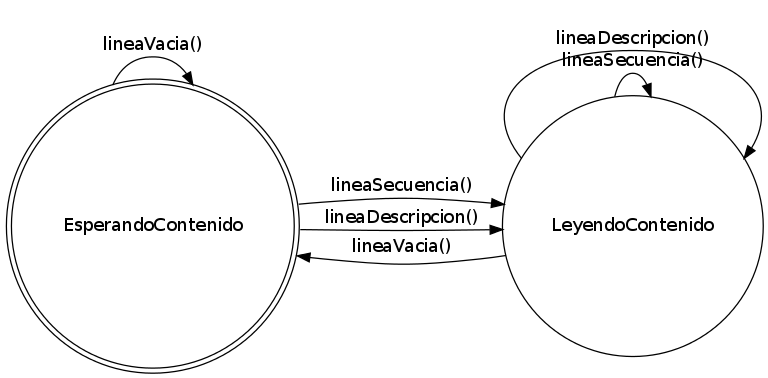
Earlier version of the Graphviz export doc/FSM.png (fmunoz92/biopp-filer). Its source is kept beside it as doc/fsm.gv.
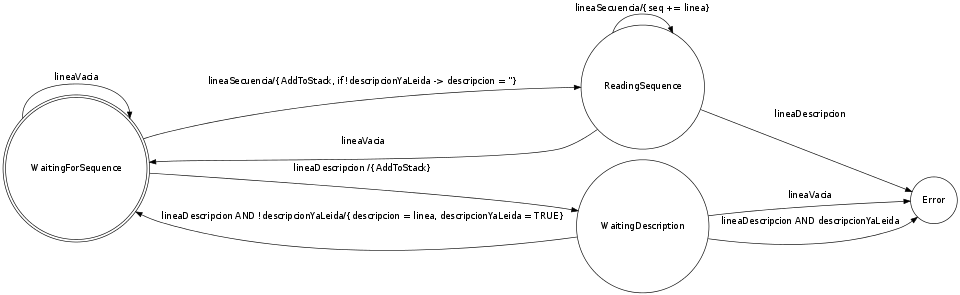
After the commit.

Diff of the diagram source:
```diff
@@ -1,12 +1,15 @@
 digraph finite_state_machine {
 	rankdir=LR;
-	size="8,5"
-	node [shape = doublecircle]; EsperandoContenido;
+	size="10"
+	node [shape = doublecircle]; WaitingForSequence;
 	node [shape = circle];
-	EsperandoContenido -> LeyendoContenido   [ label = "lineaSecuencia()" ];
-	EsperandoContenido -> LeyendoContenido   [ label = "lineaDescripcion()" ];
-	LeyendoContenido   -> EsperandoContenido [ label = "lineaVacia()" ];
-	EsperandoContenido -> EsperandoContenido [ label = "lineaVacia()" ];
-	LeyendoContenido -> LeyendoContenido [ label = "lineaSecuencia()" ];
-	LeyendoContenido -> LeyendoContenido [ label = "lineaDescripcion()" ];
+	WaitingForSequence -> ReadingSequence    [ label = "lineaSecuencia/{AddToStack, if !descripcionYaLeida -> descripcion = ''}" ];
+	WaitingForSequence -> WaitingDescription [ label = "lineaDescripcion /{AddToStack}" ];
+	WaitingForSequence -> WaitingForSequence [ label = "lineaVacia" ];
+	ReadingSequence    -> WaitingForSequence [ label = "lineaVacia" ];
+	ReadingSequence    -> Error              [ label = "lineaDescripcion" ];
+	WaitingDescription -> Error              [ label = "lineaVacia" ];
+	ReadingSequence    -> ReadingSequence    [ label = "lineaSecuencia/{seq += linea}" ];
+	WaitingDescription -> WaitingForSequence [ label = "lineaDescripcion AND !descripcionYaLeida/{descripcion = linea, descripcionYaLeida = TRUE}" ];
+	WaitingDescription -> Error              [ label = "lineaDescripcion AND descripcionYaLeida" ];
 }
```
